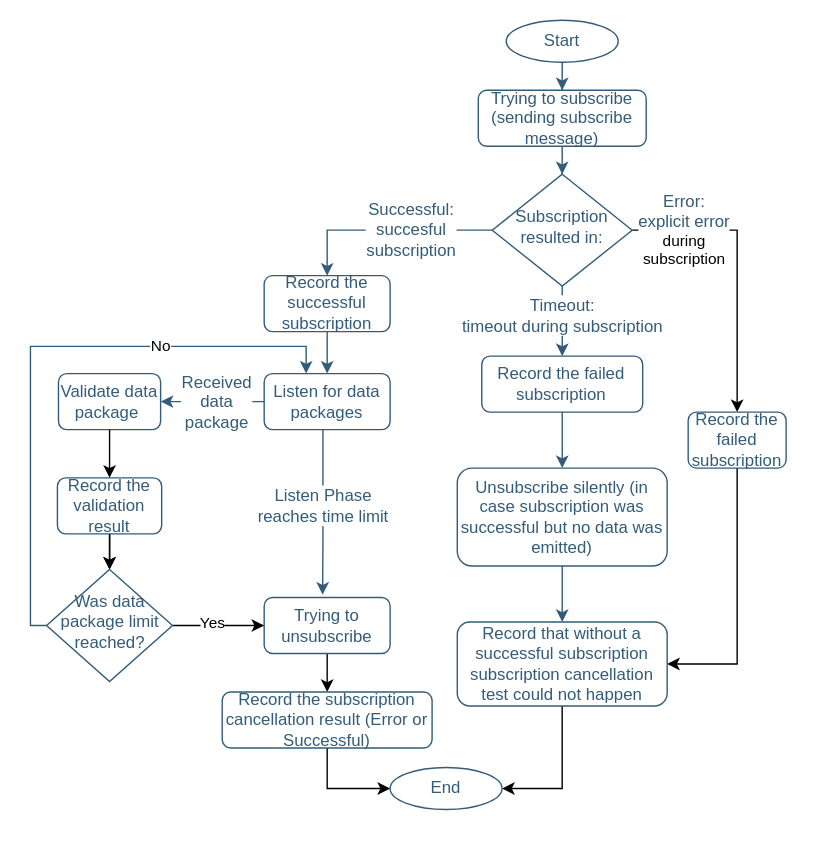
Before: readme-images/eventTesting.svg, a diagram exported from draw.io (tum-esi/testbench). Source tidied: cells renumbered, new cells last; positions are measured from the earlier drawing's top-left corner, leaving out a move shared by most shapes.
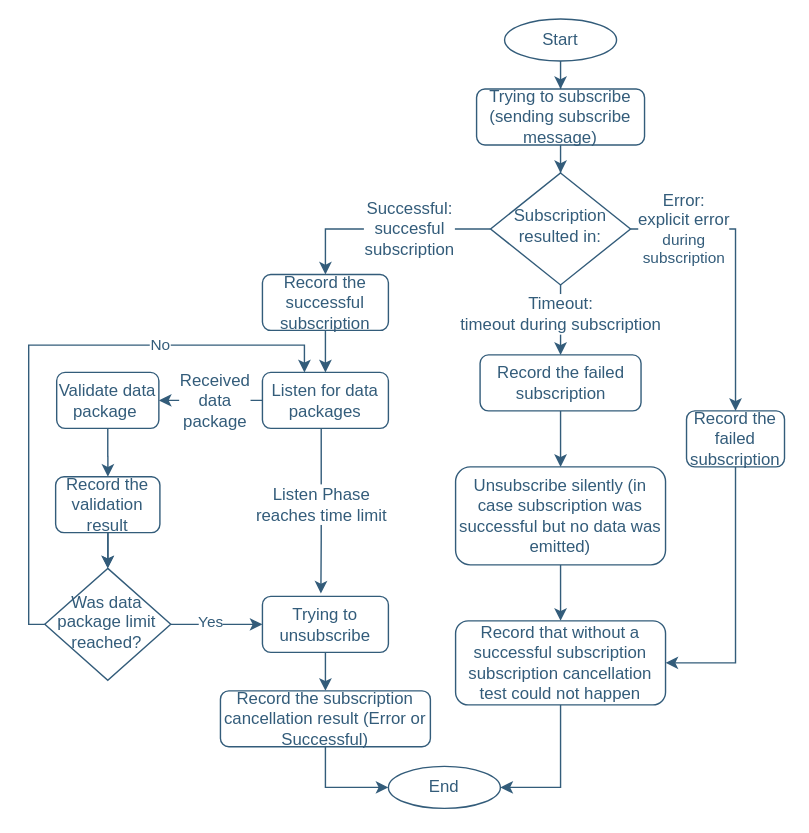
The same diagram one commit later.

The edit, as a diff of the source:
```diff
@@ -2,7 +2,7 @@
   <root>
     <mxCell id="0" />
     <mxCell id="1" parent="0" />
-    <mxCell id="2" style="edgeStyle=orthogonalEdgeStyle;rounded=0;jettySize=auto;html=1;entryX=0.464;entryY=-0.05;entryDx=0;entryDy=0;fontSize=12;entryPerimeter=0;fontColor=#335C7A;labelBorderColor=none;strokeColor=#335C7A;" parent="1" edge="1" source="6" target="15">
+    <mxCell id="2" style="edgeStyle=orthogonalEdgeStyle;rounded=0;jettySize=auto;html=1;entryX=0.464;entryY=-0.05;entryDx=0;entryDy=0;fontSize=12;entryPerimeter=0;labelBorderColor=none;strokeColor=#335C7A;fontColor=#335C7A;" parent="1" edge="1" source="6" target="15">
       <mxGeometry relative="1" as="geometry">
         <Array as="points">
           <mxPoint x="209" y="372.5" />
@@ -10,62 +10,62 @@
         </Array>
       </mxGeometry>
     </mxCell>
-    <mxCell id="3" value="Listen Phase&lt;br&gt;reaches time limit" style="edgeLabel;html=1;align=center;verticalAlign=middle;fontSize=12;fontColor=#335C7A;labelBorderColor=none;" parent="2" vertex="1">
+    <mxCell id="3" value="Listen Phase&lt;br&gt;reaches time limit" style="edgeLabel;html=1;align=center;verticalAlign=middle;fontSize=12;labelBorderColor=none;fontColor=#335C7A;" parent="2" vertex="1">
       <mxGeometry x="-0.32" relative="1" as="geometry">
         <mxPoint y="13.8" as="offset" />
       </mxGeometry>
     </mxCell>
-    <mxCell id="4" style="edgeStyle=orthogonalEdgeStyle;rounded=0;jettySize=auto;html=1;fontSize=12;fontColor=#335C7A;labelBorderColor=none;strokeColor=#335C7A;" parent="1" edge="1" source="6" target="21">
+    <mxCell id="4" style="edgeStyle=orthogonalEdgeStyle;rounded=0;jettySize=auto;html=1;fontSize=12;labelBorderColor=none;strokeColor=#335C7A;fontColor=#335C7A;" parent="1" edge="1" source="6" target="21">
       <mxGeometry relative="1" as="geometry" />
     </mxCell>
-    <mxCell id="5" value="Received&lt;br&gt;data&lt;br&gt;package" style="edgeLabel;html=1;align=center;verticalAlign=middle;fontSize=12;fontColor=#335C7A;labelBorderColor=none;" parent="4" vertex="1">
+    <mxCell id="5" value="Received&lt;br&gt;data&lt;br&gt;package" style="edgeLabel;html=1;align=center;verticalAlign=middle;fontSize=12;labelBorderColor=none;fontColor=#335C7A;" parent="4" vertex="1">
       <mxGeometry x="-0.16" y="-1" relative="1" as="geometry">
         <mxPoint x="-3.1" y="1" as="offset" />
       </mxGeometry>
     </mxCell>
-    <mxCell id="6" value="Listen for data packages" style="rounded=1;whiteSpace=wrap;fontSize=12;glass=0;strokeWidth=1;shadow=0;html=1;fontColor=#335C7A;labelBorderColor=none;strokeColor=#335C7A;" parent="1" vertex="1">
+    <mxCell id="6" value="Listen for data packages" style="rounded=1;whiteSpace=wrap;fontSize=12;glass=0;strokeWidth=1;shadow=0;html=1;labelBorderColor=none;strokeColor=#335C7A;fontColor=#335C7A;" parent="1" vertex="1">
       <mxGeometry x="167" y="252.5" width="90" height="40" as="geometry" />
     </mxCell>
-    <mxCell id="7" style="edgeStyle=orthogonalEdgeStyle;rounded=0;jettySize=auto;html=1;entryX=0.5;entryY=0;entryDx=0;entryDy=0;strokeColor=#335C7A;fontSize=12;fontColor=#335C7A;" parent="1" edge="1" source="11" target="37">
+    <mxCell id="7" style="edgeStyle=orthogonalEdgeStyle;rounded=0;jettySize=auto;html=1;entryX=0.5;entryY=0;entryDx=0;entryDy=0;fontSize=12;strokeColor=#335C7A;fontColor=#335C7A;" parent="1" edge="1" source="11" target="37">
       <mxGeometry relative="1" as="geometry" />
     </mxCell>
-    <mxCell id="8" value="&lt;span style=&quot;color: rgb(51 , 92 , 122) ; font-size: 12px&quot;&gt;Successful:&lt;/span&gt;&lt;br style=&quot;color: rgb(51 , 92 , 122) ; font-size: 12px ; background-color: rgb(248 , 249 , 250)&quot;&gt;&lt;span style=&quot;color: rgb(51 , 92 , 122) ; font-size: 12px&quot;&gt;succesful&lt;br&gt;subscription&lt;br&gt;&lt;/span&gt;" style="edgeLabel;html=1;align=center;verticalAlign=middle;" parent="7" vertex="1">
+    <mxCell id="8" value="&lt;span style=&quot;font-size: 12px;&quot;&gt;Successful:&lt;/span&gt;&lt;br style=&quot;font-size: 12px; background-color: rgb(248, 249, 250);&quot;&gt;&lt;span style=&quot;font-size: 12px;&quot;&gt;succesful&lt;br&gt;subscription&lt;br&gt;&lt;/span&gt;" style="edgeLabel;html=1;align=center;verticalAlign=middle;fontColor=#335C7A;" parent="7" vertex="1">
       <mxGeometry x="0.18" y="1" relative="1" as="geometry">
         <mxPoint x="31" y="-1" as="offset" />
       </mxGeometry>
     </mxCell>
-    <mxCell id="9" style="edgeStyle=orthogonalEdgeStyle;rounded=0;jettySize=auto;html=1;" parent="1" edge="1" source="11" target="28">
+    <mxCell id="9" style="edgeStyle=orthogonalEdgeStyle;rounded=0;jettySize=auto;html=1;strokeColor=#335C7A;fontColor=#335C7A;" parent="1" edge="1" source="11" target="28">
       <mxGeometry relative="1" as="geometry" />
     </mxCell>
-    <mxCell id="10" value="&lt;span style=&quot;color: rgb(51 , 92 , 122) ; font-size: 12px&quot;&gt;Error:&lt;/span&gt;&lt;br style=&quot;color: rgb(51 , 92 , 122) ; font-size: 12px&quot;&gt;&lt;font color=&quot;#335c7a&quot;&gt;&lt;span style=&quot;font-size: 12px&quot;&gt;explicit error&lt;br&gt;&lt;/span&gt;&lt;/font&gt;during&lt;br&gt;subscription&lt;br&gt;" style="edgeLabel;html=1;align=center;verticalAlign=middle;" parent="9" vertex="1">
+    <mxCell id="10" value="&lt;span style=&quot;font-size: 12px;&quot;&gt;Error:&lt;/span&gt;&lt;br style=&quot;font-size: 12px;&quot;&gt;&lt;font&gt;&lt;span style=&quot;font-size: 12px&quot;&gt;explicit error&lt;br&gt;&lt;/span&gt;&lt;/font&gt;during&lt;br&gt;subscription&lt;br&gt;" style="edgeLabel;html=1;align=center;verticalAlign=middle;fontColor=#335C7A;" parent="9" vertex="1">
       <mxGeometry x="-0.49" y="2" relative="1" as="geometry">
         <mxPoint x="-15.4" y="2" as="offset" />
       </mxGeometry>
     </mxCell>
-    <mxCell id="11" value="Subscription resulted in:" style="rhombus;whiteSpace=wrap;shadow=0;fontFamily=Helvetica;fontSize=12;align=center;strokeWidth=1;spacing=6;spacingTop=-4;html=1;fontColor=#335C7A;labelBorderColor=none;strokeColor=#335C7A;" parent="1" vertex="1">
+    <mxCell id="11" value="Subscription resulted in:" style="rhombus;whiteSpace=wrap;shadow=0;fontFamily=Helvetica;fontSize=12;align=center;strokeWidth=1;spacing=6;spacingTop=-4;html=1;labelBorderColor=none;strokeColor=#335C7A;fontColor=#335C7A;" parent="1" vertex="1">
       <mxGeometry x="330" y="110" width="100" height="80" as="geometry" />
     </mxCell>
-    <mxCell id="12" style="edgeStyle=orthogonalEdgeStyle;rounded=0;jettySize=auto;html=1;fontSize=12;exitX=0.5;exitY=1;exitDx=0;exitDy=0;entryX=0.5;entryY=0;entryDx=0;entryDy=0;fontColor=#335C7A;labelBorderColor=none;strokeColor=#335C7A;" parent="1" edge="1" source="11" target="26">
+    <mxCell id="12" style="edgeStyle=orthogonalEdgeStyle;rounded=0;jettySize=auto;html=1;fontSize=12;exitX=0.5;exitY=1;exitDx=0;exitDy=0;entryX=0.5;entryY=0;entryDx=0;entryDy=0;labelBorderColor=none;strokeColor=#335C7A;fontColor=#335C7A;" parent="1" edge="1" source="11" target="26">
       <mxGeometry relative="1" as="geometry" />
     </mxCell>
-    <mxCell id="13" value="&lt;span&gt;Timeout:&lt;/span&gt;&lt;br style=&quot;background-color: rgb(248 , 249 , 250)&quot;&gt;timeout during subscription" style="edgeLabel;html=1;align=center;verticalAlign=middle;fontSize=12;fontColor=#335C7A;labelBorderColor=none;" parent="12" vertex="1">
+    <mxCell id="13" value="&lt;span&gt;Timeout:&lt;/span&gt;&lt;br style=&quot;background-color: rgb(248 , 249 , 250)&quot;&gt;timeout during subscription" style="edgeLabel;html=1;align=center;verticalAlign=middle;fontSize=12;labelBorderColor=none;fontColor=#335C7A;" parent="12" vertex="1">
       <mxGeometry x="-0.37" relative="1" as="geometry">
         <mxPoint y="5" as="offset" />
       </mxGeometry>
     </mxCell>
-    <mxCell id="14" style="edgeStyle=orthogonalEdgeStyle;rounded=0;jettySize=auto;html=1;" parent="1" edge="1" source="15" target="34">
+    <mxCell id="14" style="edgeStyle=orthogonalEdgeStyle;rounded=0;jettySize=auto;html=1;strokeColor=#335C7A;fontColor=#335C7A;" parent="1" edge="1" source="15" target="34">
       <mxGeometry relative="1" as="geometry" />
     </mxCell>
-    <mxCell id="15" value="Trying to unsubscribe" style="rounded=1;whiteSpace=wrap;fontSize=12;glass=0;strokeWidth=1;shadow=0;html=1;fontColor=#335C7A;labelBorderColor=none;strokeColor=#335C7A;" parent="1" vertex="1">
+    <mxCell id="15" value="Trying to unsubscribe" style="rounded=1;whiteSpace=wrap;fontSize=12;glass=0;strokeWidth=1;shadow=0;html=1;labelBorderColor=none;strokeColor=#335C7A;fontColor=#335C7A;" parent="1" vertex="1">
       <mxGeometry x="167" y="412.5" width="90" height="40" as="geometry" />
     </mxCell>
-    <mxCell id="16" style="edgeStyle=orthogonalEdgeStyle;rounded=0;jettySize=auto;html=1;fontSize=12;fontColor=#335C7A;labelBorderColor=none;strokeColor=#335C7A;" parent="1" edge="1" source="17" target="24">
+    <mxCell id="16" style="edgeStyle=orthogonalEdgeStyle;rounded=0;jettySize=auto;html=1;fontSize=12;labelBorderColor=none;strokeColor=#335C7A;fontColor=#335C7A;" parent="1" edge="1" source="17" target="24">
       <mxGeometry relative="1" as="geometry" />
     </mxCell>
-    <mxCell id="17" value="Start" style="ellipse;whiteSpace=wrap;html=1;fontSize=12;fontColor=#335C7A;labelBorderColor=none;strokeColor=#335C7A;" parent="1" vertex="1">
+    <mxCell id="17" value="Start" style="ellipse;whiteSpace=wrap;html=1;fontSize=12;labelBorderColor=none;strokeColor=#335C7A;fontColor=#335C7A;" parent="1" vertex="1">
       <mxGeometry x="340" width="80" height="30" as="geometry" />
     </mxCell>
-    <mxCell id="18" style="edgeStyle=orthogonalEdgeStyle;rounded=0;jettySize=auto;html=1;fontSize=12;fontColor=#335C7A;labelBorderColor=none;strokeColor=#335C7A;exitX=0;exitY=0.5;exitDx=0;exitDy=0;" parent="1" edge="1" source="40">
+    <mxCell id="18" style="edgeStyle=orthogonalEdgeStyle;rounded=0;jettySize=auto;html=1;fontSize=12;labelBorderColor=none;exitX=0;exitY=0.5;exitDx=0;exitDy=0;strokeColor=#335C7A;fontColor=#335C7A;" parent="1" edge="1" source="40">
       <mxGeometry relative="1" as="geometry">
         <mxPoint x="197" y="252.5" as="targetPoint" />
         <Array as="points">
@@ -75,84 +75,84 @@
         </Array>
       </mxGeometry>
     </mxCell>
-    <mxCell id="19" value="No" style="edgeLabel;html=1;align=center;verticalAlign=middle;" parent="18" vertex="1">
+    <mxCell id="19" value="No" style="edgeLabel;html=1;align=center;verticalAlign=middle;fontColor=#335C7A;" parent="18" vertex="1">
       <mxGeometry x="0.3" y="-2" relative="1" as="geometry">
         <mxPoint x="26.8" y="-2" as="offset" />
       </mxGeometry>
     </mxCell>
-    <mxCell id="20" style="edgeStyle=orthogonalEdgeStyle;rounded=0;jettySize=auto;html=1;" parent="1" edge="1" source="41" target="40">
+    <mxCell id="20" style="edgeStyle=orthogonalEdgeStyle;rounded=0;jettySize=auto;html=1;strokeColor=#335C7A;fontColor=#335C7A;" parent="1" edge="1" source="41" target="40">
       <mxGeometry relative="1" as="geometry" />
     </mxCell>
-    <mxCell id="21" value="Validate data package&amp;nbsp;" style="rounded=1;whiteSpace=wrap;fontSize=12;glass=0;strokeWidth=1;shadow=0;html=1;fontColor=#335C7A;labelBorderColor=none;strokeColor=#335C7A;" parent="1" vertex="1">
+    <mxCell id="21" value="Validate data package&amp;nbsp;" style="rounded=1;whiteSpace=wrap;fontSize=12;glass=0;strokeWidth=1;shadow=0;html=1;labelBorderColor=none;strokeColor=#335C7A;fontColor=#335C7A;" parent="1" vertex="1">
       <mxGeometry x="20" y="252.5" width="73" height="40" as="geometry" />
     </mxCell>
-    <mxCell id="22" value="End" style="ellipse;whiteSpace=wrap;html=1;fontSize=12;fontColor=#335C7A;labelBorderColor=none;strokeColor=#335C7A;" parent="1" vertex="1">
+    <mxCell id="22" value="End" style="ellipse;whiteSpace=wrap;html=1;fontSize=12;labelBorderColor=none;strokeColor=#335C7A;fontColor=#335C7A;" parent="1" vertex="1">
       <mxGeometry x="257" y="534" width="80" height="30" as="geometry" />
     </mxCell>
-    <mxCell id="23" style="edgeStyle=orthogonalEdgeStyle;rounded=0;jettySize=auto;html=1;fontSize=12;fontColor=#335C7A;labelBorderColor=none;strokeColor=#335C7A;" parent="1" edge="1" source="24" target="11">
+    <mxCell id="23" style="edgeStyle=orthogonalEdgeStyle;rounded=0;jettySize=auto;html=1;fontSize=12;labelBorderColor=none;strokeColor=#335C7A;fontColor=#335C7A;" parent="1" edge="1" source="24" target="11">
       <mxGeometry relative="1" as="geometry" />
     </mxCell>
-    <mxCell id="24" value="Trying to subscribe (sending subscribe message)" style="rounded=1;whiteSpace=wrap;fontSize=12;glass=0;strokeWidth=1;shadow=0;html=1;fontColor=#335C7A;labelBorderColor=none;strokeColor=#335C7A;" parent="1" vertex="1">
+    <mxCell id="24" value="Trying to subscribe (sending subscribe message)" style="rounded=1;whiteSpace=wrap;fontSize=12;glass=0;strokeWidth=1;shadow=0;html=1;labelBorderColor=none;strokeColor=#335C7A;fontColor=#335C7A;" parent="1" vertex="1">
       <mxGeometry x="320" y="50" width="120" height="40" as="geometry" />
     </mxCell>
-    <mxCell id="25" style="edgeStyle=orthogonalEdgeStyle;rounded=0;jettySize=auto;html=1;fontSize=12;fontColor=#335C7A;labelBorderColor=none;strokeColor=#335C7A;" parent="1" edge="1" source="26" target="30">
+    <mxCell id="25" style="edgeStyle=orthogonalEdgeStyle;rounded=0;jettySize=auto;html=1;fontSize=12;labelBorderColor=none;strokeColor=#335C7A;fontColor=#335C7A;" parent="1" edge="1" source="26" target="30">
       <mxGeometry relative="1" as="geometry" />
     </mxCell>
-    <mxCell id="26" value="Record the failed subscription" style="rounded=1;whiteSpace=wrap;fontSize=12;glass=0;strokeWidth=1;shadow=0;html=1;fontColor=#335C7A;labelBorderColor=none;strokeColor=#335C7A;" parent="1" vertex="1">
+    <mxCell id="26" value="Record the failed subscription" style="rounded=1;whiteSpace=wrap;fontSize=12;glass=0;strokeWidth=1;shadow=0;html=1;labelBorderColor=none;strokeColor=#335C7A;fontColor=#335C7A;" parent="1" vertex="1">
       <mxGeometry x="322.5" y="240" width="115" height="40" as="geometry" />
     </mxCell>
-    <mxCell id="27" style="edgeStyle=orthogonalEdgeStyle;rounded=0;jettySize=auto;html=1;entryX=1;entryY=0.5;entryDx=0;entryDy=0;exitX=0.5;exitY=1;exitDx=0;exitDy=0;" parent="1" edge="1" source="28" target="32">
+    <mxCell id="27" style="edgeStyle=orthogonalEdgeStyle;rounded=0;jettySize=auto;html=1;entryX=1;entryY=0.5;entryDx=0;entryDy=0;exitX=0.5;exitY=1;exitDx=0;exitDy=0;strokeColor=#335C7A;fontColor=#335C7A;" parent="1" edge="1" source="28" target="32">
       <mxGeometry relative="1" as="geometry" />
     </mxCell>
-    <mxCell id="28" value="Record the failed subscription" style="rounded=1;whiteSpace=wrap;fontSize=12;glass=0;strokeWidth=1;shadow=0;html=1;fontColor=#335C7A;labelBorderColor=none;strokeColor=#335C7A;" parent="1" vertex="1">
+    <mxCell id="28" value="Record the failed subscription" style="rounded=1;whiteSpace=wrap;fontSize=12;glass=0;strokeWidth=1;shadow=0;html=1;labelBorderColor=none;strokeColor=#335C7A;fontColor=#335C7A;" parent="1" vertex="1">
       <mxGeometry x="470" y="280" width="70" height="40" as="geometry" />
     </mxCell>
-    <mxCell id="29" style="edgeStyle=orthogonalEdgeStyle;rounded=0;jettySize=auto;html=1;entryX=0.5;entryY=0;entryDx=0;entryDy=0;fontSize=12;fontColor=#335C7A;labelBorderColor=none;strokeColor=#335C7A;" parent="1" edge="1" source="30" target="32">
+    <mxCell id="29" style="edgeStyle=orthogonalEdgeStyle;rounded=0;jettySize=auto;html=1;entryX=0.5;entryY=0;entryDx=0;entryDy=0;fontSize=12;labelBorderColor=none;strokeColor=#335C7A;fontColor=#335C7A;" parent="1" edge="1" source="30" target="32">
       <mxGeometry relative="1" as="geometry" />
     </mxCell>
-    <mxCell id="30" value="Unsubscribe silently (in case subscription was successful but no data was emitted)" style="rounded=1;whiteSpace=wrap;fontSize=12;glass=0;strokeWidth=1;shadow=0;html=1;fontColor=#335C7A;labelBorderColor=none;strokeColor=#335C7A;" parent="1" vertex="1">
+    <mxCell id="30" value="Unsubscribe silently (in case subscription was successful but no data was emitted)" style="rounded=1;whiteSpace=wrap;fontSize=12;glass=0;strokeWidth=1;shadow=0;html=1;labelBorderColor=none;strokeColor=#335C7A;fontColor=#335C7A;" parent="1" vertex="1">
       <mxGeometry x="305" y="320" width="150" height="70" as="geometry" />
     </mxCell>
-    <mxCell id="31" style="edgeStyle=orthogonalEdgeStyle;rounded=0;jettySize=auto;html=1;entryX=1;entryY=0.5;entryDx=0;entryDy=0;" parent="1" edge="1" source="32" target="22">
+    <mxCell id="31" style="edgeStyle=orthogonalEdgeStyle;rounded=0;jettySize=auto;html=1;entryX=1;entryY=0.5;entryDx=0;entryDy=0;strokeColor=#335C7A;fontColor=#335C7A;" parent="1" edge="1" source="32" target="22">
       <mxGeometry relative="1" as="geometry" />
     </mxCell>
-    <mxCell id="32" value="Record that without a successful subscription subscription cancellation test could not happen" style="rounded=1;whiteSpace=wrap;fontSize=12;glass=0;strokeWidth=1;shadow=0;html=1;fontColor=#335C7A;labelBorderColor=none;strokeColor=#335C7A;" parent="1" vertex="1">
+    <mxCell id="32" value="Record that without a successful subscription subscription cancellation test could not happen" style="rounded=1;whiteSpace=wrap;fontSize=12;glass=0;strokeWidth=1;shadow=0;html=1;labelBorderColor=none;strokeColor=#335C7A;fontColor=#335C7A;" parent="1" vertex="1">
       <mxGeometry x="305" y="430" width="150" height="60" as="geometry" />
     </mxCell>
-    <mxCell id="33" style="edgeStyle=orthogonalEdgeStyle;rounded=0;jettySize=auto;html=1;entryX=0;entryY=0.5;entryDx=0;entryDy=0;" parent="1" edge="1" source="34" target="22">
+    <mxCell id="33" style="edgeStyle=orthogonalEdgeStyle;rounded=0;jettySize=auto;html=1;entryX=0;entryY=0.5;entryDx=0;entryDy=0;strokeColor=#335C7A;fontColor=#335C7A;" parent="1" edge="1" source="34" target="22">
       <mxGeometry relative="1" as="geometry" />
     </mxCell>
-    <mxCell id="34" value="Record the subscription cancellation result (Error or Successful)" style="rounded=1;whiteSpace=wrap;fontSize=12;glass=0;strokeWidth=1;shadow=0;html=1;fontColor=#335C7A;labelBorderColor=none;strokeColor=#335C7A;" parent="1" vertex="1">
+    <mxCell id="34" value="Record the subscription cancellation result (Error or Successful)" style="rounded=1;whiteSpace=wrap;fontSize=12;glass=0;strokeWidth=1;shadow=0;html=1;labelBorderColor=none;strokeColor=#335C7A;fontColor=#335C7A;" parent="1" vertex="1">
       <mxGeometry x="137" y="480" width="150" height="40" as="geometry" />
     </mxCell>
-    <mxCell id="35" style="edgeStyle=orthogonalEdgeStyle;rounded=0;jettySize=auto;html=1;" parent="1" edge="1" source="41" target="40">
+    <mxCell id="35" style="edgeStyle=orthogonalEdgeStyle;rounded=0;jettySize=auto;html=1;strokeColor=#335C7A;fontColor=#335C7A;" parent="1" edge="1" source="41" target="40">
       <mxGeometry relative="1" as="geometry" />
     </mxCell>
-    <mxCell id="36" style="edgeStyle=orthogonalEdgeStyle;rounded=0;jettySize=auto;html=1;strokeColor=#335C7A;fontSize=12;fontColor=#335C7A;" parent="1" edge="1" source="37" target="6">
+    <mxCell id="36" style="edgeStyle=orthogonalEdgeStyle;rounded=0;jettySize=auto;html=1;fontSize=12;strokeColor=#335C7A;fontColor=#335C7A;" parent="1" edge="1" source="37" target="6">
       <mxGeometry relative="1" as="geometry" />
     </mxCell>
-    <mxCell id="37" value="Record the successful subscription" style="rounded=1;whiteSpace=wrap;fontSize=12;glass=0;strokeWidth=1;shadow=0;html=1;fontColor=#335C7A;labelBorderColor=none;strokeColor=#335C7A;" parent="1" vertex="1">
+    <mxCell id="37" value="Record the successful subscription" style="rounded=1;whiteSpace=wrap;fontSize=12;glass=0;strokeWidth=1;shadow=0;html=1;labelBorderColor=none;strokeColor=#335C7A;fontColor=#335C7A;" parent="1" vertex="1">
       <mxGeometry x="167" y="182.5" width="90" height="40" as="geometry" />
     </mxCell>
-    <mxCell id="38" style="edgeStyle=orthogonalEdgeStyle;rounded=0;jettySize=auto;html=1;entryX=0;entryY=0.5;entryDx=0;entryDy=0;" parent="1" edge="1" source="40" target="15">
+    <mxCell id="38" style="edgeStyle=orthogonalEdgeStyle;rounded=0;jettySize=auto;html=1;entryX=0;entryY=0.5;entryDx=0;entryDy=0;strokeColor=#335C7A;fontColor=#335C7A;" parent="1" edge="1" source="40" target="15">
       <mxGeometry relative="1" as="geometry">
         <Array as="points">
           <mxPoint x="105" y="433" />
         </Array>
       </mxGeometry>
     </mxCell>
-    <mxCell id="39" value="Yes" style="edgeLabel;html=1;align=center;verticalAlign=middle;" parent="38" vertex="1">
+    <mxCell id="39" value="Yes" style="edgeLabel;html=1;align=center;verticalAlign=middle;fontColor=#335C7A;" parent="38" vertex="1">
       <mxGeometry x="-0.21" y="-2" relative="1" as="geometry">
         <mxPoint x="2.3" y="-3.5" as="offset" />
       </mxGeometry>
     </mxCell>
-    <mxCell id="40" value="Was data package limit reached?" style="rhombus;whiteSpace=wrap;shadow=0;fontFamily=Helvetica;fontSize=12;align=center;strokeWidth=1;spacing=6;spacingTop=-4;html=1;fontColor=#335C7A;labelBorderColor=none;strokeColor=#335C7A;" parent="1" vertex="1">
+    <mxCell id="40" value="Was data package limit reached?" style="rhombus;whiteSpace=wrap;shadow=0;fontFamily=Helvetica;fontSize=12;align=center;strokeWidth=1;spacing=6;spacingTop=-4;html=1;labelBorderColor=none;strokeColor=#335C7A;fontColor=#335C7A;" parent="1" vertex="1">
       <mxGeometry x="11.5" y="392.5" width="90" height="80" as="geometry" />
     </mxCell>
-    <mxCell id="41" value="Record the&lt;br&gt;validation result" style="rounded=1;whiteSpace=wrap;fontSize=12;glass=0;strokeWidth=1;shadow=0;html=1;fontColor=#335C7A;labelBorderColor=none;strokeColor=#335C7A;" parent="1" vertex="1">
+    <mxCell id="41" value="Record the&lt;br&gt;validation result" style="rounded=1;whiteSpace=wrap;fontSize=12;glass=0;strokeWidth=1;shadow=0;html=1;labelBorderColor=none;strokeColor=#335C7A;fontColor=#335C7A;" parent="1" vertex="1">
       <mxGeometry x="19.2" y="327" width="74.5" height="40" as="geometry" />
     </mxCell>
-    <mxCell id="42" style="edgeStyle=orthogonalEdgeStyle;rounded=0;jettySize=auto;html=1;" parent="1" edge="1" source="21" target="41">
+    <mxCell id="42" style="edgeStyle=orthogonalEdgeStyle;rounded=0;jettySize=auto;html=1;strokeColor=#335C7A;fontColor=#335C7A;" parent="1" edge="1" source="21" target="41">
       <mxGeometry relative="1" as="geometry" />
     </mxCell>
   </root>
```
